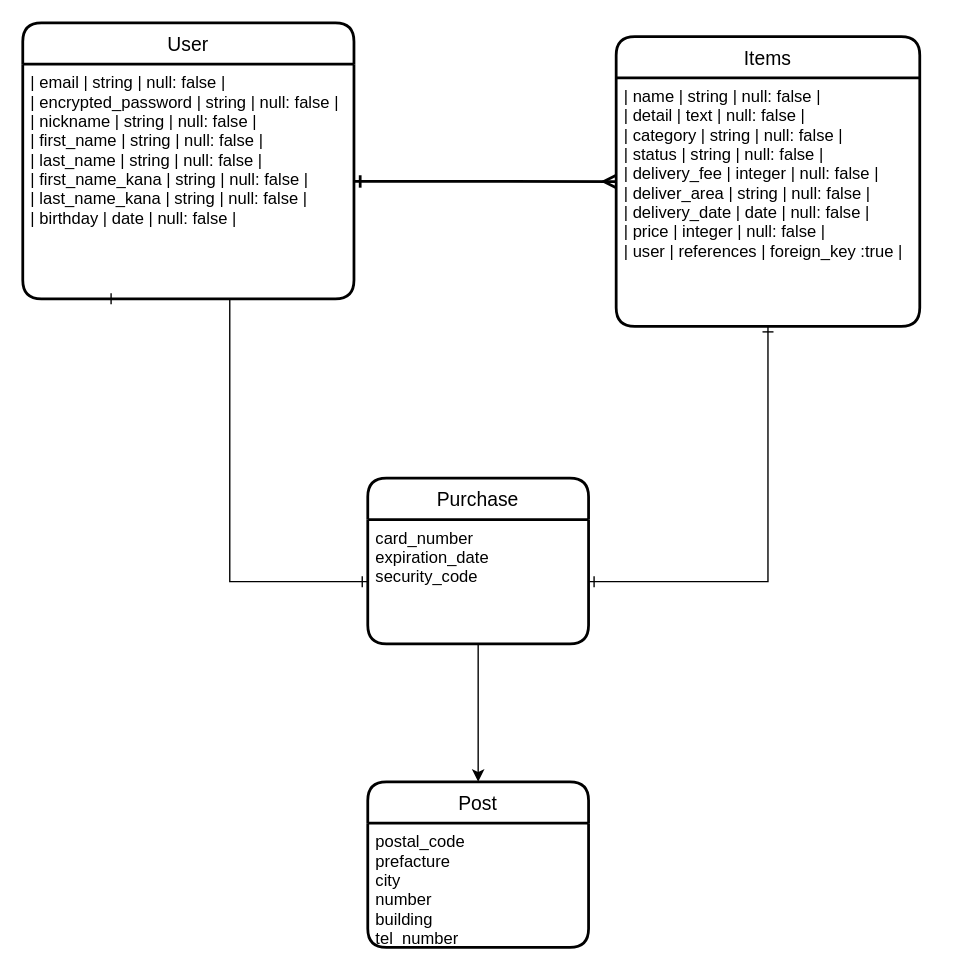
Before: ER.dio in NobuMuto/furima-31535, a draw.io diagram. Source tidied: cells renumbered, new cells numbered last; positions are measured from the earlier drawing's top-left corner, leaving out a move shared by most shapes. Both pictures are drawn from the tidied source at 138%, with x=0, y=0 at pixel (22, 22).
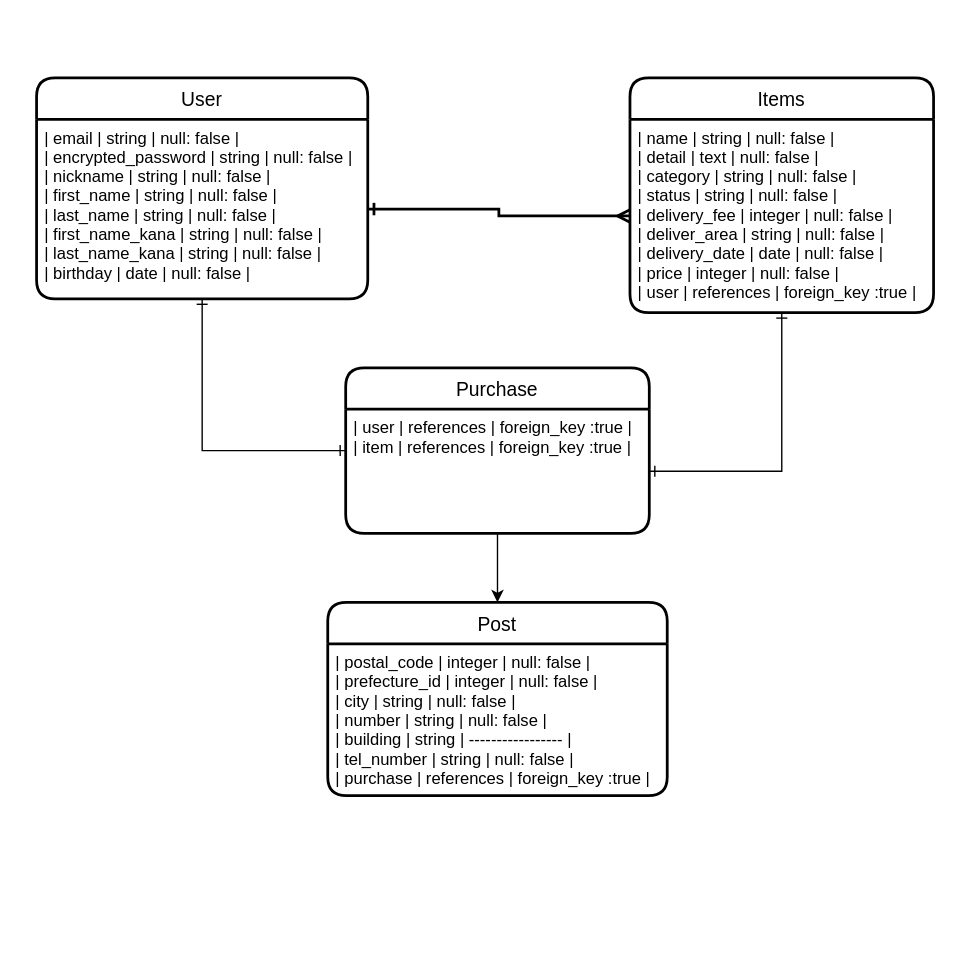
The same page after the edit.

What changed in the source:
```diff
@@
 <mxGraphModel>
   <root>
     <mxCell id="0" />
     <mxCell id="1" parent="0" />
     <mxCell id="2" value="User" style="swimlane;horizontal=1;startSize=30;rounded=1;fontSize=14;fontStyle=0;strokeWidth=2;shadow=0;dashed=0;align=center;" parent="1" vertex="1">
-      <mxGeometry width="240" height="200" as="geometry" />
+      <mxGeometry x="10" y="40" width="240" height="160" as="geometry" />
     </mxCell>
     <mxCell id="3" value="| email              | string | null: false |&#10;| encrypted_password | string | null: false |&#10;| nickname           | string | null: false |&#10;| first_name         | string | null: false |&#10;| last_name          | string | null: false |&#10;| first_name_kana    | string | null: false |&#10;| last_name_kana     | string | null: false |&#10;| birthday           | date   | null: false |" style="align=left;strokeColor=none;fillColor=none;spacingLeft=4;fontSize=12;verticalAlign=top;" parent="2" vertex="1">
-      <mxGeometry y="30" width="240" height="170" as="geometry" />
+      <mxGeometry y="30" width="240" height="130" as="geometry" />
     </mxCell>
     <mxCell id="4" value="Items" style="swimlane;horizontal=1;startSize=30;rounded=1;fontSize=14;fontStyle=0;strokeWidth=2;shadow=0;dashed=0;align=center;" parent="1" vertex="1">
-      <mxGeometry x="430" y="10" width="220" height="210" as="geometry" />
+      <mxGeometry x="440" y="40" width="220" height="170" as="geometry" />
     </mxCell>
     <mxCell id="5" value="| name          | string     | null: false       |&#10;| detail        | text       | null: false       |&#10;| category      | string     | null: false       |&#10;| status        | string     | null: false       |&#10;| delivery_fee  | integer    | null: false       |&#10;| deliver_area  | string     | null: false       |&#10;| delivery_date | date       | null: false       |&#10;| price         | integer    | null: false       |&#10;| user          | references | foreign_key :true |" style="align=left;strokeColor=none;fillColor=none;spacingLeft=4;fontSize=12;verticalAlign=top;" parent="4" vertex="1">
-      <mxGeometry y="30" width="220" height="180" as="geometry" />
+      <mxGeometry y="30" width="220" height="140" as="geometry" />
     </mxCell>
     <mxCell id="6" value="Purchase" style="swimlane;horizontal=1;startSize=30;rounded=1;fontSize=14;fontStyle=0;strokeWidth=2;shadow=0;dashed=0;align=center;" parent="1" vertex="1">
-      <mxGeometry x="250" y="330" width="160" height="120" as="geometry" />
+      <mxGeometry x="234" y="250" width="220" height="120" as="geometry" />
     </mxCell>
-    <mxCell id="7" value="card_number&#10;expiration_date&#10;security_code" style="align=left;strokeColor=none;fillColor=none;spacingLeft=4;fontSize=12;verticalAlign=top;" parent="6" vertex="1">
-      <mxGeometry y="30" width="160" height="90" as="geometry" />
+    <mxCell id="7" value="| user            | references | foreign_key :true |&#10;| item            | references | foreign_key :true |" style="align=left;strokeColor=none;fillColor=none;spacingLeft=4;fontSize=12;verticalAlign=top;" parent="6" vertex="1">
+      <mxGeometry y="30" width="220" height="90" as="geometry" />
     </mxCell>
     <mxCell id="8" value="Post" style="swimlane;horizontal=1;startSize=30;rounded=1;fontSize=14;fontStyle=0;strokeWidth=2;shadow=0;dashed=0;align=center;" parent="1" vertex="1">
-      <mxGeometry x="250" y="550" width="160" height="120" as="geometry" />
+      <mxGeometry x="221" y="420" width="246" height="140" as="geometry" />
     </mxCell>
-    <mxCell id="9" value="postal_code&#10;prefacture&#10;city&#10;number&#10;building&#10;tel_number" style="align=left;strokeColor=none;fillColor=none;spacingLeft=4;fontSize=12;verticalAlign=top;" parent="8" vertex="1">
-      <mxGeometry y="30" width="160" height="90" as="geometry" />
+    <mxCell id="9" value="| postal_code   | integer    | null: false       |&#10;| prefecture_id | integer    | null: false       |&#10;| city          | string     | null: false       |&#10;| number        | string     | null: false       |&#10;| building      | string     | ----------------- |&#10;| tel_number    | string     | null: false       |&#10;| purchase      | references | foreign_key :true |" style="align=left;strokeColor=none;fillColor=none;spacingLeft=4;fontSize=12;verticalAlign=top;" parent="8" vertex="1">
+      <mxGeometry y="30" width="246" height="110" as="geometry" />
     </mxCell>
-    <mxCell id="10" style="edgeStyle=orthogonalEdgeStyle;rounded=0;jettySize=auto;html=1;exitX=1;exitY=0.5;exitDx=0;exitDy=0;entryX=0;entryY=0.417;entryDx=0;entryDy=0;entryPerimeter=0;endArrow=ERmany;endFill=0;startArrow=ERone;startFill=0;strokeWidth=2;" parent="1" edge="1" source="3" target="5">
+    <mxCell id="10" style="edgeStyle=orthogonalEdgeStyle;rounded=0;jettySize=auto;html=1;exitX=1;exitY=0.5;exitDx=0;exitDy=0;entryX=0;entryY=0.5;entryDx=0;entryDy=0;endArrow=ERmany;endFill=0;startArrow=ERone;startFill=0;strokeWidth=2;" parent="1" edge="1" source="3" target="5">
       <mxGeometry relative="1" as="geometry" />
     </mxCell>
-    <mxCell id="11" style="edgeStyle=orthogonalEdgeStyle;rounded=0;jettySize=auto;html=1;exitX=0.25;exitY=1;exitDx=0;exitDy=0;entryX=0;entryY=0.5;entryDx=0;entryDy=0;startArrow=ERone;startFill=0;endArrow=ERone;endFill=0;" parent="1" edge="1" source="3" target="7">
+    <mxCell id="11" style="edgeStyle=orthogonalEdgeStyle;rounded=0;jettySize=auto;html=1;entryX=0;entryY=0.5;entryDx=0;entryDy=0;startArrow=ERone;startFill=0;endArrow=ERone;endFill=0;exitX=0.5;exitY=1;exitDx=0;exitDy=0;" parent="1" edge="1" source="3" target="6">
       <mxGeometry relative="1" as="geometry">
         <Array as="points">
-          <mxPoint x="150" y="200" />
-          <mxPoint x="150" y="405" />
+          <mxPoint x="130" y="310" />
         </Array>
       </mxGeometry>
     </mxCell>
     <mxCell id="12" style="edgeStyle=orthogonalEdgeStyle;rounded=0;jettySize=auto;html=1;exitX=0.5;exitY=1;exitDx=0;exitDy=0;entryX=1;entryY=0.5;entryDx=0;entryDy=0;startArrow=ERone;startFill=0;endArrow=ERone;endFill=0;" parent="1" edge="1" source="5" target="7">
       <mxGeometry relative="1" as="geometry" />
     </mxCell>
     <mxCell id="13" style="edgeStyle=orthogonalEdgeStyle;rounded=0;jettySize=auto;html=1;exitX=0.5;exitY=1;exitDx=0;exitDy=0;entryX=0.5;entryY=0;entryDx=0;entryDy=0;" parent="1" edge="1" source="7" target="8">
       <mxGeometry relative="1" as="geometry" />
     </mxCell>
   </root>
 </mxGraphModel>
```
